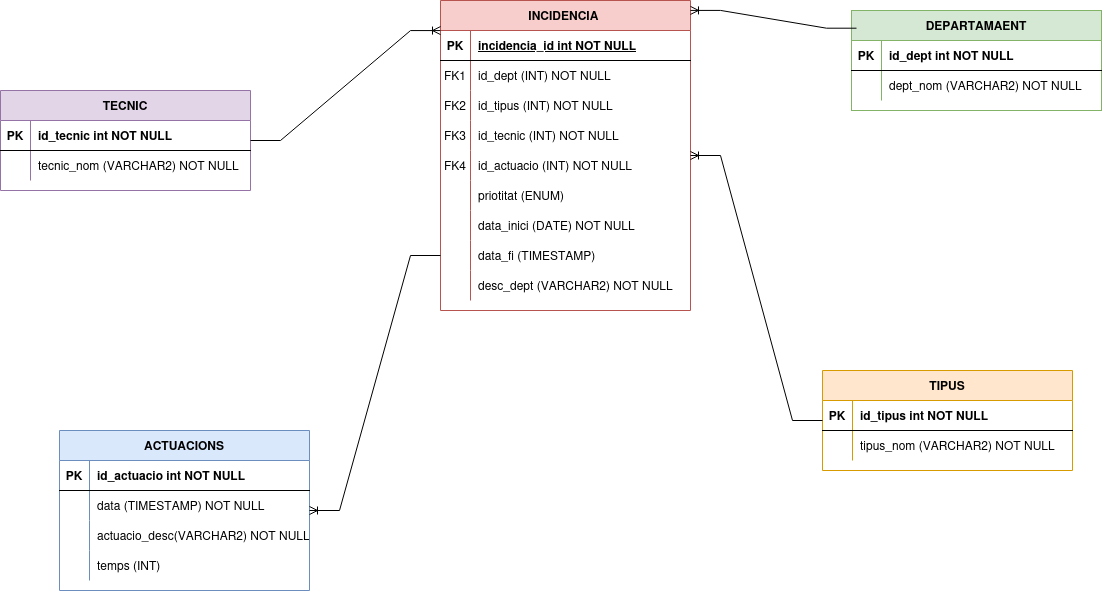
Before: assets/modelER_incidencia.drawio.png, a diagram exported from draw.io (inspedralbes/projecte-1daw-25-26-daw1pj_patri_jc). Source tidied: cells renumbered, new cells last; positions are measured from the earlier drawing's top-left corner, leaving out a move shared by most shapes. The source it was exported from:
```xml
<mxGraphModel>
  <root>
    <mxCell id="0" />
    <mxCell id="1" parent="0" />
    <mxCell id="2" value="DEPARTAMAENT" style="shape=table;startSize=30;rowLines=0;fontStyle=1;align=center;fillColor=#d5e8d4;strokeColor=#82b366;" parent="1" vertex="1">
      <mxGeometry x="851" y="10" width="250" height="100" as="geometry" />
    </mxCell>
    <mxCell id="3" style="shape=partialRectangle;fillColor=none;top=0;left=0;right=0;bottom=1;" parent="2" vertex="1">
      <mxGeometry y="30" width="250" height="30" as="geometry" />
    </mxCell>
    <mxCell id="4" value="PK" style="shape=partialRectangle;overflow=hidden;fillColor=none;top=0;left=0;bottom=0;right=0;fontStyle=1;" parent="3" vertex="1">
      <mxGeometry width="30" height="30" as="geometry" />
    </mxCell>
    <mxCell id="5" value="id_dept int NOT NULL " style="shape=partialRectangle;overflow=hidden;fillColor=none;top=0;left=0;bottom=0;right=0;align=left;spacingLeft=6;fontStyle=1;" parent="3" vertex="1">
      <mxGeometry x="30" width="220" height="30" as="geometry" />
    </mxCell>
    <mxCell id="6" style="shape=partialRectangle;fillColor=none;top=0;left=0;right=0;bottom=0;" parent="2" vertex="1">
      <mxGeometry y="60" width="250" height="30" as="geometry" />
    </mxCell>
    <mxCell id="7" style="shape=partialRectangle;overflow=hidden;fillColor=none;top=0;left=0;bottom=0;right=0;" parent="6" vertex="1">
      <mxGeometry width="30" height="30" as="geometry" />
    </mxCell>
    <mxCell id="8" value="dept_nom (VARCHAR2) NOT NULL" style="shape=partialRectangle;overflow=hidden;fillColor=none;top=0;left=0;bottom=0;right=0;align=left;spacingLeft=6;" parent="6" vertex="1">
      <mxGeometry x="30" width="220" height="30" as="geometry" />
    </mxCell>
    <mxCell id="9" value="INCIDENCIA " style="shape=table;startSize=30;rowLines=0;fontStyle=1;align=center;fillColor=#f8cecc;strokeColor=#b85450;" parent="1" vertex="1">
      <mxGeometry x="440" width="250" height="310" as="geometry" />
    </mxCell>
    <mxCell id="10" style="shape=partialRectangle;fillColor=none;top=0;left=0;right=0;bottom=1;" parent="9" vertex="1">
      <mxGeometry y="30" width="250" height="30" as="geometry" />
    </mxCell>
    <mxCell id="11" value="PK" style="shape=partialRectangle;overflow=hidden;fillColor=none;top=0;left=0;bottom=0;right=0;fontStyle=1;" parent="10" vertex="1">
      <mxGeometry width="30" height="30" as="geometry" />
    </mxCell>
    <mxCell id="12" value="incidencia_id int NOT NULL " style="shape=partialRectangle;overflow=hidden;fillColor=none;top=0;left=0;bottom=0;right=0;align=left;spacingLeft=6;fontStyle=5;" parent="10" vertex="1">
      <mxGeometry x="30" width="220" height="30" as="geometry" />
    </mxCell>
    <mxCell id="13" style="shape=partialRectangle;fillColor=none;top=0;left=0;right=0;bottom=0;" parent="9" vertex="1">
      <mxGeometry y="60" width="250" height="30" as="geometry" />
    </mxCell>
    <mxCell id="14" value="FK1" style="shape=partialRectangle;overflow=hidden;fillColor=none;top=0;left=0;bottom=0;right=0;" parent="13" vertex="1">
      <mxGeometry width="30" height="30" as="geometry" />
    </mxCell>
    <mxCell id="15" value="id_dept (INT) NOT NULL" style="shape=partialRectangle;overflow=hidden;fillColor=none;top=0;left=0;bottom=0;right=0;align=left;spacingLeft=6;" parent="13" vertex="1">
      <mxGeometry x="30" width="220" height="30" as="geometry" />
    </mxCell>
    <mxCell id="16" style="shape=partialRectangle;fillColor=none;top=0;left=0;right=0;bottom=0;" parent="9" vertex="1">
      <mxGeometry y="90" width="250" height="30" as="geometry" />
    </mxCell>
    <mxCell id="17" value="FK2" style="shape=partialRectangle;overflow=hidden;fillColor=none;top=0;left=0;bottom=0;right=0;" parent="16" vertex="1">
      <mxGeometry width="30" height="30" as="geometry" />
    </mxCell>
    <mxCell id="18" value="id_tipus (INT) NOT NULL " style="shape=partialRectangle;overflow=hidden;fillColor=none;top=0;left=0;bottom=0;right=0;align=left;spacingLeft=6;" parent="16" vertex="1">
      <mxGeometry x="30" width="220" height="30" as="geometry" />
    </mxCell>
    <mxCell id="19" style="shape=partialRectangle;fillColor=none;top=0;left=0;right=0;bottom=0;" parent="9" vertex="1">
      <mxGeometry y="120" width="250" height="30" as="geometry" />
    </mxCell>
    <mxCell id="20" value="FK3" style="shape=partialRectangle;overflow=hidden;fillColor=none;top=0;left=0;bottom=0;right=0;" parent="19" vertex="1">
      <mxGeometry width="30" height="30" as="geometry" />
    </mxCell>
    <mxCell id="21" value="id_tecnic (INT) NOT NULL" style="shape=partialRectangle;overflow=hidden;fillColor=none;top=0;left=0;bottom=0;right=0;align=left;spacingLeft=6;" parent="19" vertex="1">
      <mxGeometry x="30" width="220" height="30" as="geometry" />
    </mxCell>
    <mxCell id="22" style="shape=partialRectangle;fillColor=none;top=0;left=0;right=0;bottom=0;" parent="9" vertex="1">
      <mxGeometry y="150" width="250" height="30" as="geometry" />
    </mxCell>
    <mxCell id="23" value="FK4" style="shape=partialRectangle;overflow=hidden;fillColor=none;top=0;left=0;bottom=0;right=0;" parent="22" vertex="1">
      <mxGeometry width="30" height="30" as="geometry" />
    </mxCell>
    <mxCell id="24" value="id_actuacio (INT) NOT NULL" style="shape=partialRectangle;overflow=hidden;fillColor=none;top=0;left=0;bottom=0;right=0;align=left;spacingLeft=6;" parent="22" vertex="1">
      <mxGeometry x="30" width="220" height="30" as="geometry" />
    </mxCell>
    <mxCell id="25" style="shape=partialRectangle;fillColor=none;top=0;left=0;right=0;bottom=0;" parent="9" vertex="1">
      <mxGeometry y="180" width="250" height="30" as="geometry" />
    </mxCell>
    <mxCell id="26" style="shape=partialRectangle;overflow=hidden;fillColor=none;top=0;left=0;bottom=0;right=0;" parent="25" vertex="1">
      <mxGeometry width="30" height="30" as="geometry" />
    </mxCell>
    <mxCell id="27" value="priotitat (ENUM)" style="shape=partialRectangle;overflow=hidden;fillColor=none;top=0;left=0;bottom=0;right=0;align=left;spacingLeft=6;" parent="25" vertex="1">
      <mxGeometry x="30" width="220" height="30" as="geometry" />
    </mxCell>
    <mxCell id="28" style="shape=partialRectangle;fillColor=none;top=0;left=0;right=0;bottom=0;" parent="9" vertex="1">
      <mxGeometry y="210" width="250" height="30" as="geometry" />
    </mxCell>
    <mxCell id="29" style="shape=partialRectangle;overflow=hidden;fillColor=none;top=0;left=0;bottom=0;right=0;" parent="28" vertex="1">
      <mxGeometry width="30" height="30" as="geometry" />
    </mxCell>
    <mxCell id="30" value="data_inici (DATE) NOT NULL" style="shape=partialRectangle;overflow=hidden;fillColor=none;top=0;left=0;bottom=0;right=0;align=left;spacingLeft=6;" parent="28" vertex="1">
      <mxGeometry x="30" width="220" height="30" as="geometry" />
    </mxCell>
    <mxCell id="31" style="shape=partialRectangle;fillColor=none;points=[[0,0.5],[1,0.5]];portConstraint=eastwest;top=0;left=0;right=0;bottom=0;" parent="9" vertex="1">
      <mxGeometry y="240" width="250" height="30" as="geometry" />
    </mxCell>
    <mxCell id="32" style="shape=partialRectangle;overflow=hidden;fillColor=none;top=0;left=0;bottom=0;right=0;" parent="31" vertex="1">
      <mxGeometry width="30" height="30" as="geometry" />
    </mxCell>
    <mxCell id="33" value="data_fi (TIMESTAMP)" style="shape=partialRectangle;overflow=hidden;fillColor=none;top=0;left=0;bottom=0;right=0;align=left;spacingLeft=6;" parent="31" vertex="1">
      <mxGeometry x="30" width="220" height="30" as="geometry" />
    </mxCell>
    <mxCell id="34" style="shape=partialRectangle;fillColor=none;top=0;left=0;right=0;bottom=0;" parent="9" vertex="1">
      <mxGeometry y="270" width="250" height="30" as="geometry" />
    </mxCell>
    <mxCell id="35" style="shape=partialRectangle;overflow=hidden;fillColor=none;top=0;left=0;bottom=0;right=0;" parent="34" vertex="1">
      <mxGeometry width="30" height="30" as="geometry" />
    </mxCell>
    <mxCell id="36" value="desc_dept (VARCHAR2) NOT NULL" style="shape=partialRectangle;overflow=hidden;fillColor=none;top=0;left=0;bottom=0;right=0;align=left;spacingLeft=6;" parent="34" vertex="1">
      <mxGeometry x="30" width="220" height="30" as="geometry" />
    </mxCell>
    <mxCell id="37" value="TIPUS" style="shape=table;startSize=30;rowLines=0;fontStyle=1;align=center;fillColor=#ffe6cc;strokeColor=#d79b00;" parent="1" vertex="1">
      <mxGeometry x="822" y="370" width="250" height="100" as="geometry" />
    </mxCell>
    <mxCell id="38" style="shape=partialRectangle;fillColor=none;top=0;left=0;right=0;bottom=1;" parent="37" vertex="1">
      <mxGeometry y="30" width="250" height="30" as="geometry" />
    </mxCell>
    <mxCell id="39" value="PK" style="shape=partialRectangle;overflow=hidden;fillColor=none;top=0;left=0;bottom=0;right=0;fontStyle=1;" parent="38" vertex="1">
      <mxGeometry width="30" height="30" as="geometry" />
    </mxCell>
    <mxCell id="40" value="id_tipus int NOT NULL " style="shape=partialRectangle;overflow=hidden;fillColor=none;top=0;left=0;bottom=0;right=0;align=left;spacingLeft=6;fontStyle=1;" parent="38" vertex="1">
      <mxGeometry x="30" width="220" height="30" as="geometry" />
    </mxCell>
    <mxCell id="41" style="shape=partialRectangle;fillColor=none;top=0;left=0;right=0;bottom=0;" parent="37" vertex="1">
      <mxGeometry y="60" width="250" height="30" as="geometry" />
    </mxCell>
    <mxCell id="42" style="shape=partialRectangle;overflow=hidden;fillColor=none;top=0;left=0;bottom=0;right=0;" parent="41" vertex="1">
      <mxGeometry width="30" height="30" as="geometry" />
    </mxCell>
    <mxCell id="43" value="tipus_nom (VARCHAR2) NOT NULL" style="shape=partialRectangle;overflow=hidden;fillColor=none;top=0;left=0;bottom=0;right=0;align=left;spacingLeft=6;" parent="41" vertex="1">
      <mxGeometry x="30" width="220" height="30" as="geometry" />
    </mxCell>
    <mxCell id="44" value="TECNIC" style="shape=table;startSize=30;rowLines=0;fontStyle=1;align=center;fillColor=#e1d5e7;strokeColor=#9673a6;" parent="1" vertex="1">
      <mxGeometry y="90" width="250" height="100" as="geometry" />
    </mxCell>
    <mxCell id="45" style="shape=partialRectangle;fillColor=none;top=0;left=0;right=0;bottom=1;" parent="44" vertex="1">
      <mxGeometry y="30" width="250" height="30" as="geometry" />
    </mxCell>
    <mxCell id="46" value="PK" style="shape=partialRectangle;overflow=hidden;fillColor=none;top=0;left=0;bottom=0;right=0;fontStyle=1;" parent="45" vertex="1">
      <mxGeometry width="30" height="30" as="geometry" />
    </mxCell>
    <mxCell id="47" value="id_tecnic int NOT NULL " style="shape=partialRectangle;overflow=hidden;fillColor=none;top=0;left=0;bottom=0;right=0;align=left;spacingLeft=6;fontStyle=1;" parent="45" vertex="1">
      <mxGeometry x="30" width="220" height="30" as="geometry" />
    </mxCell>
    <mxCell id="48" style="shape=partialRectangle;fillColor=none;top=0;left=0;right=0;bottom=0;" parent="44" vertex="1">
      <mxGeometry y="60" width="250" height="30" as="geometry" />
    </mxCell>
    <mxCell id="49" style="shape=partialRectangle;overflow=hidden;fillColor=none;top=0;left=0;bottom=0;right=0;" parent="48" vertex="1">
      <mxGeometry width="30" height="30" as="geometry" />
    </mxCell>
    <mxCell id="50" value="tecnic_nom (VARCHAR2) NOT NULL" style="shape=partialRectangle;overflow=hidden;fillColor=none;top=0;left=0;bottom=0;right=0;align=left;spacingLeft=6;" parent="48" vertex="1">
      <mxGeometry x="30" width="220" height="30" as="geometry" />
    </mxCell>
    <mxCell id="51" value="ACTUACIONS" style="shape=table;startSize=30;rowLines=0;fontStyle=1;align=center;fillColor=#dae8fc;strokeColor=#6c8ebf;" parent="1" vertex="1">
      <mxGeometry x="59" y="430" width="250" height="160" as="geometry" />
    </mxCell>
    <mxCell id="52" style="shape=partialRectangle;fillColor=none;top=0;left=0;right=0;bottom=1;" parent="51" vertex="1">
      <mxGeometry y="30" width="250" height="30" as="geometry" />
    </mxCell>
    <mxCell id="53" value="PK" style="shape=partialRectangle;overflow=hidden;fillColor=none;top=0;left=0;bottom=0;right=0;fontStyle=1;" parent="52" vertex="1">
      <mxGeometry width="30" height="30" as="geometry" />
    </mxCell>
    <mxCell id="54" value="id_actuacio int NOT NULL " style="shape=partialRectangle;overflow=hidden;fillColor=none;top=0;left=0;bottom=0;right=0;align=left;spacingLeft=6;fontStyle=1;" parent="52" vertex="1">
      <mxGeometry x="30" width="220" height="30" as="geometry" />
    </mxCell>
    <mxCell id="55" style="shape=partialRectangle;fillColor=none;top=0;left=0;right=0;bottom=0;" parent="51" vertex="1">
      <mxGeometry y="60" width="250" height="30" as="geometry" />
    </mxCell>
    <mxCell id="56" style="shape=partialRectangle;overflow=hidden;fillColor=none;top=0;left=0;bottom=0;right=0;" parent="55" vertex="1">
      <mxGeometry width="30" height="30" as="geometry" />
    </mxCell>
    <mxCell id="57" value="data (TIMESTAMP) NOT NULL" style="shape=partialRectangle;overflow=hidden;fillColor=none;top=0;left=0;bottom=0;right=0;align=left;spacingLeft=6;" parent="55" vertex="1">
      <mxGeometry x="30" width="220" height="30" as="geometry" />
    </mxCell>
    <mxCell id="58" style="shape=partialRectangle;fillColor=none;top=0;left=0;right=0;bottom=0;" parent="51" vertex="1">
      <mxGeometry y="90" width="250" height="30" as="geometry" />
    </mxCell>
    <mxCell id="59" style="shape=partialRectangle;overflow=hidden;fillColor=none;top=0;left=0;bottom=0;right=0;" parent="58" vertex="1">
      <mxGeometry width="30" height="30" as="geometry" />
    </mxCell>
    <mxCell id="60" value="actuacio_desc(VARCHAR2) NOT NULL" style="shape=partialRectangle;overflow=hidden;fillColor=none;top=0;left=0;bottom=0;right=0;align=left;spacingLeft=6;" parent="58" vertex="1">
      <mxGeometry x="30" width="220" height="30" as="geometry" />
    </mxCell>
    <mxCell id="61" style="shape=partialRectangle;fillColor=none;top=0;left=0;right=0;bottom=0;" parent="51" vertex="1">
      <mxGeometry y="120" width="250" height="30" as="geometry" />
    </mxCell>
    <mxCell id="62" style="shape=partialRectangle;overflow=hidden;fillColor=none;top=0;left=0;bottom=0;right=0;" parent="61" vertex="1">
      <mxGeometry width="30" height="30" as="geometry" />
    </mxCell>
    <mxCell id="63" value="temps (INT) " style="shape=partialRectangle;overflow=hidden;fillColor=none;top=0;left=0;bottom=0;right=0;align=left;spacingLeft=6;" parent="61" vertex="1">
      <mxGeometry x="30" width="220" height="30" as="geometry" />
    </mxCell>
    <mxCell id="64" style="edgeStyle=entityRelationEdgeStyle;fontSize=12;html=1;endArrow=ERoneToMany;rounded=0;exitX=0.02;exitY=0.177;exitDx=0;exitDy=0;entryX=1;entryY=0.032;entryDx=0;entryDy=0;entryPerimeter=0;exitPerimeter=0;" parent="1" edge="1" source="2" target="9">
      <mxGeometry relative="1" as="geometry" />
    </mxCell>
    <mxCell id="65" style="edgeStyle=entityRelationEdgeStyle;fontSize=12;html=1;endArrow=ERoneToMany;rounded=0;" parent="1" edge="1" source="37" target="9">
      <mxGeometry relative="1" as="geometry" />
    </mxCell>
    <mxCell id="66" style="edgeStyle=entityRelationEdgeStyle;fontSize=12;html=1;endArrow=ERoneToMany;rounded=0;entryX=0;entryY=0.097;entryDx=0;entryDy=0;entryPerimeter=0;" parent="1" edge="1" source="44" target="9">
      <mxGeometry relative="1" as="geometry" />
    </mxCell>
    <mxCell id="67" style="edgeStyle=entityRelationEdgeStyle;fontSize=12;html=1;endArrow=ERoneToMany;rounded=0;exitX=0;exitY=0.5;exitDx=0;exitDy=0;" parent="1" edge="1" source="31" target="51">
      <mxGeometry relative="1" as="geometry" />
    </mxCell>
  </root>
</mxGraphModel>
```
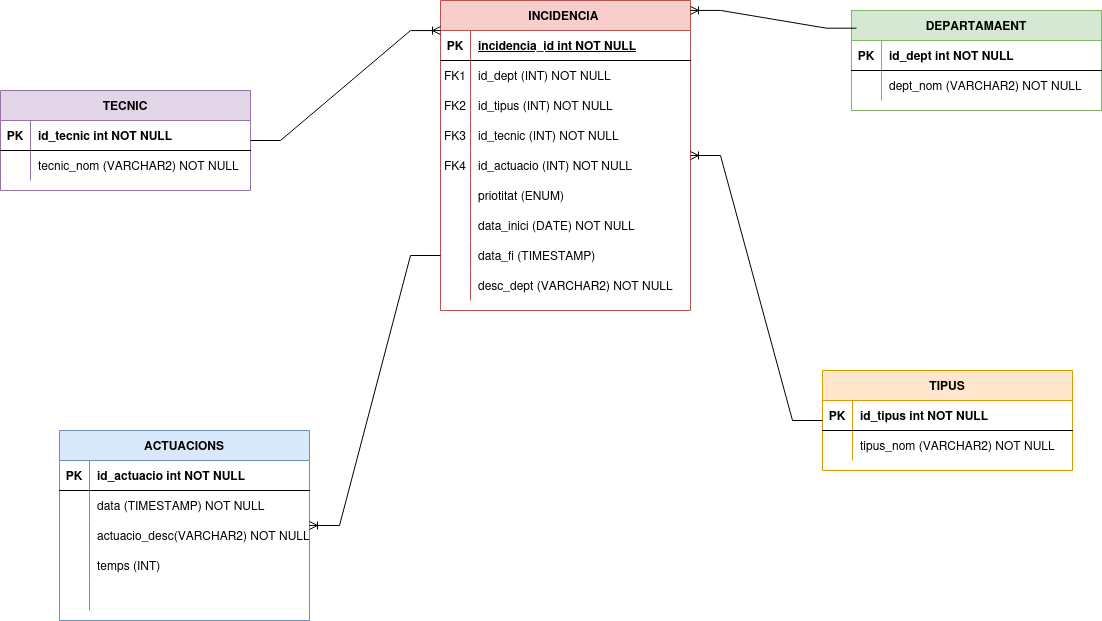
Later version of the same file.

Diff of the diagram source:
```diff
@@ -150,7 +150,7 @@
       <mxGeometry x="30" width="220" height="30" as="geometry" />
     </mxCell>
     <mxCell id="51" value="ACTUACIONS" style="shape=table;startSize=30;rowLines=0;fontStyle=1;align=center;fillColor=#dae8fc;strokeColor=#6c8ebf;" parent="1" vertex="1">
-      <mxGeometry x="59" y="430" width="250" height="160" as="geometry" />
+      <mxGeometry x="59" y="430" width="250" height="190" as="geometry" />
     </mxCell>
     <mxCell id="52" style="shape=partialRectangle;fillColor=none;top=0;left=0;right=0;bottom=1;" parent="51" vertex="1">
       <mxGeometry y="30" width="250" height="30" as="geometry" />
@@ -188,6 +188,15 @@
     <mxCell id="63" value="temps (INT) " style="shape=partialRectangle;overflow=hidden;fillColor=none;top=0;left=0;bottom=0;right=0;align=left;spacingLeft=6;" parent="61" vertex="1">
       <mxGeometry x="30" width="220" height="30" as="geometry" />
     </mxCell>
+    <mxCell id="68" style="shape=partialRectangle;fillColor=none;top=0;left=0;right=0;bottom=0;" parent="51" vertex="1">
+      <mxGeometry y="150" width="250" height="30" as="geometry" />
+    </mxCell>
+    <mxCell id="69" style="shape=partialRectangle;overflow=hidden;fillColor=none;top=0;left=0;bottom=0;right=0;" parent="68" vertex="1">
+      <mxGeometry width="30" height="30" as="geometry" />
+    </mxCell>
+    <mxCell id="70" style="shape=partialRectangle;overflow=hidden;fillColor=none;top=0;left=0;bottom=0;right=0;align=left;spacingLeft=6;" parent="68" vertex="1">
+      <mxGeometry x="30" width="220" height="30" as="geometry" />
+    </mxCell>
     <mxCell id="64" style="edgeStyle=entityRelationEdgeStyle;fontSize=12;html=1;endArrow=ERoneToMany;rounded=0;exitX=0.02;exitY=0.177;exitDx=0;exitDy=0;entryX=1;entryY=0.032;entryDx=0;entryDy=0;entryPerimeter=0;exitPerimeter=0;" parent="1" edge="1" source="2" target="9">
       <mxGeometry relative="1" as="geometry" />
     </mxCell>
```
